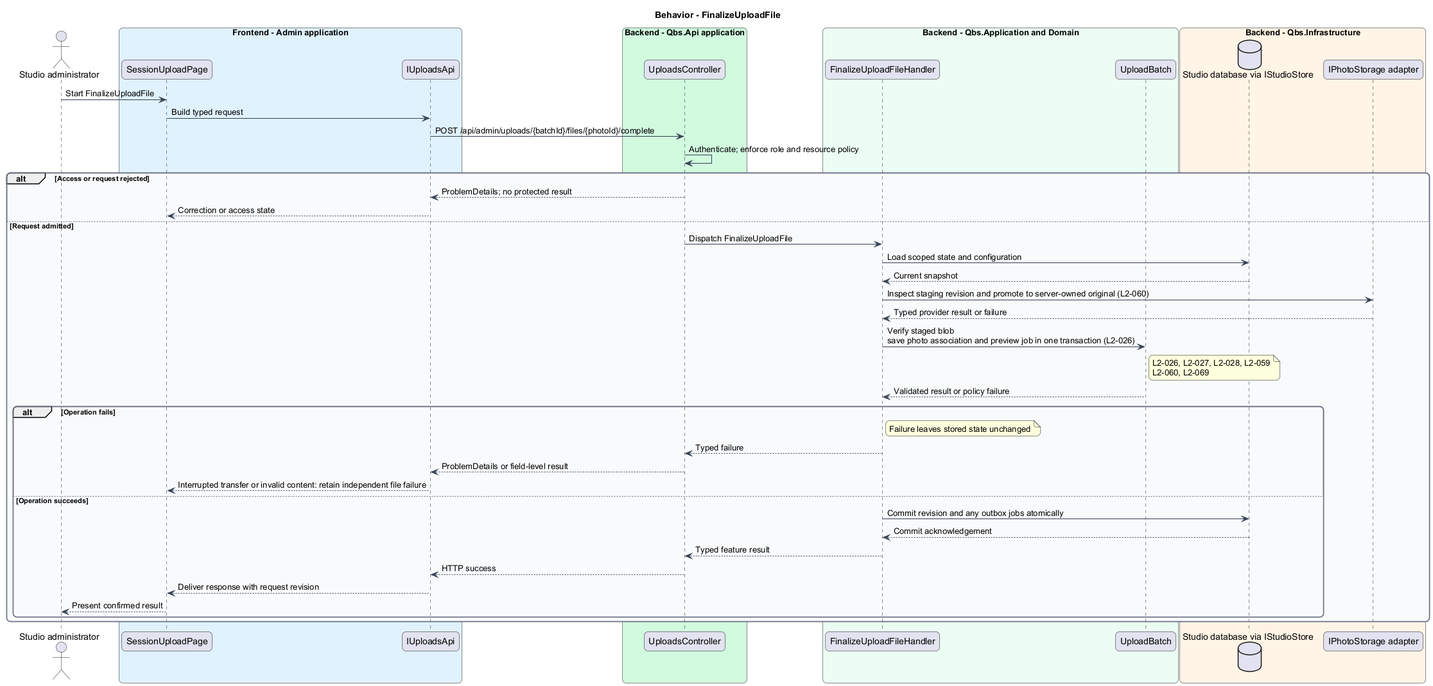
Before: docs/detailed-designs/session-photos/upload-session-photos/diagrams/sequence-finalize-upload-file.png, a diagram exported from PlantUML (QuinntyneBrown/quinntyne-brown-studio).
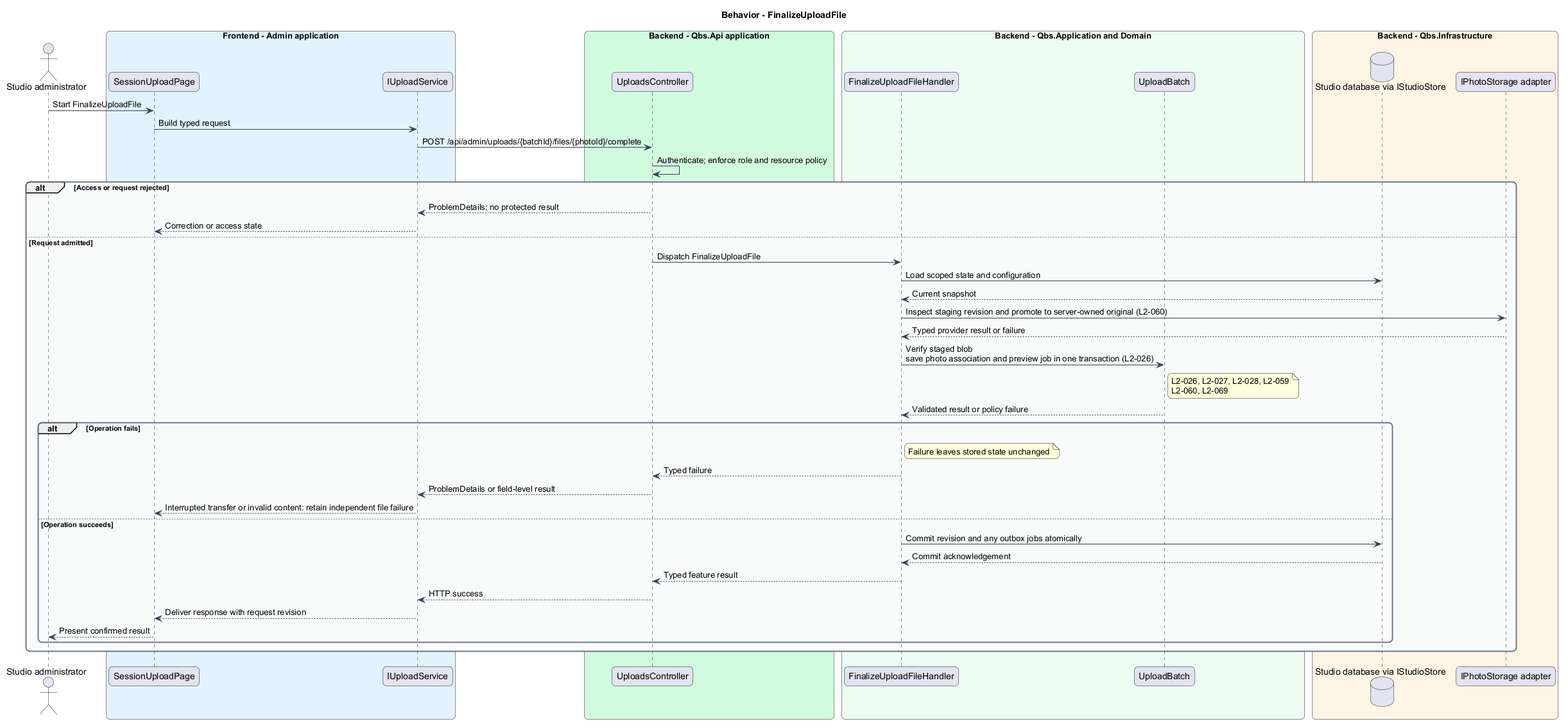
Above is the later version.

What changed in the source:
```diff
@@ -17,7 +17,7 @@
 actor "Studio administrator" as actor
 box "Frontend - Admin application" #E0F2FE
  participant "SessionUploadPage" as page
- participant "IUploadsApi" as client
+ participant "IUploadService" as client
 end box
 box "Backend - Qbs.Api application" #D1FADF
  participant "UploadsController" as controller
```
